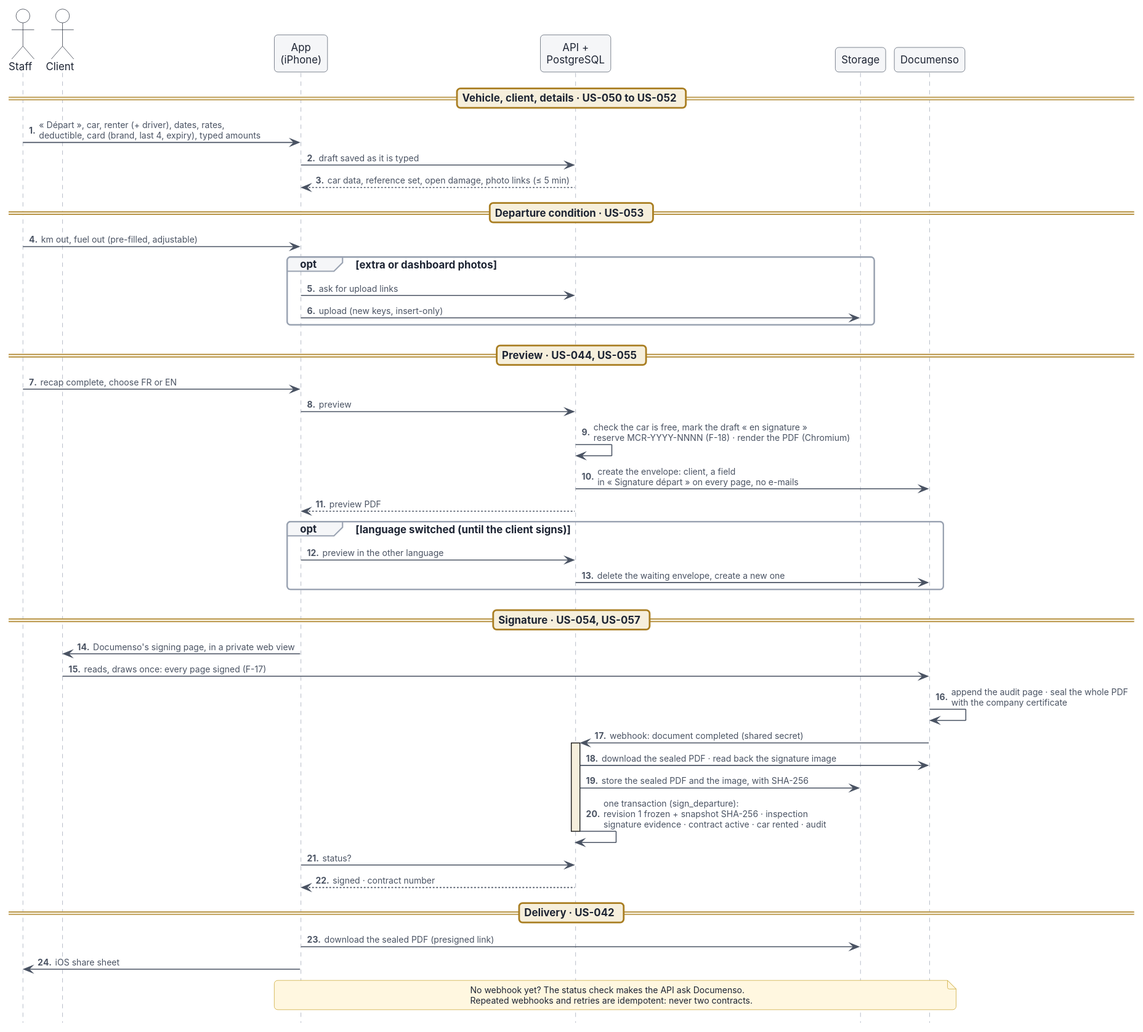
Earlier version of the PlantUML export docs/architecture/svg/11-sequence-depart.svg (ColJurten/mccarriviera-staff-app). Its diagram source:
```plantuml
@startuml
!include style.iuml
hide footbox
autonumber "<b>0."

actor "Staff" as staff
actor "Client" as client
participant "App\n(iPhone)" as app
participant "API +\nPostgreSQL" as api
participant "Storage" as st
participant "Documenso" as doc

== Vehicle, client, details · US-050 to US-052 ==
staff -> app : « Départ », car, renter (+ driver), dates, rates,\ndeductible, card (brand, last 4, expiry), typed amounts
app -> api : draft saved as it is typed
api --> app : car data, reference set, open damage, photo links (≤ 5 min)

== Departure condition · US-053 ==
staff -> app : km out, fuel out (pre-filled, adjustable)
opt extra or dashboard photos
  app -> api : ask for upload links
  app -> st : upload (new keys, insert-only)
end

== Preview · US-044, US-055 ==
staff -> app : recap complete, choose FR or EN
app -> api : preview
api -> api : check the car is free, mark the draft « en signature »\nreserve MCR-YYYY-NNNN (F-18) · render the PDF (Chromium)
api -> doc : create the envelope: client, a field\nin « Signature départ » on every page, no e-mails
api --> app : preview PDF
opt language switched (until the client signs)
  app -> api : preview in the other language
  api -> doc : delete the waiting envelope, create a new one
end

== Signature · US-054, US-057 ==
app -> client : Documenso's signing page, in a private web view
client -> doc : reads, draws once: every page signed (F-17)
doc -> doc : append the audit page · seal the whole PDF\nwith the company certificate
doc -> api : webhook: document completed (shared secret)
activate api #F6EFDC
api -> doc : download the sealed PDF · read back the signature image
api -> st : store the sealed PDF and the image, with SHA-256
api -> api : one transaction (sign_departure):\nrevision 1 frozen + snapshot SHA-256 · inspection\nsignature evidence · contract active · car rented · audit
deactivate api
app -> api : status?
api --> app : signed · contract number

== Delivery · US-042 ==
app -> st : download the sealed PDF (presigned link)
app -> staff : iOS share sheet
note over app, doc : No webhook yet? The status check makes the API ask Documenso.\nRepeated webhooks and retries are idempotent: never two contracts.
@enduml
```
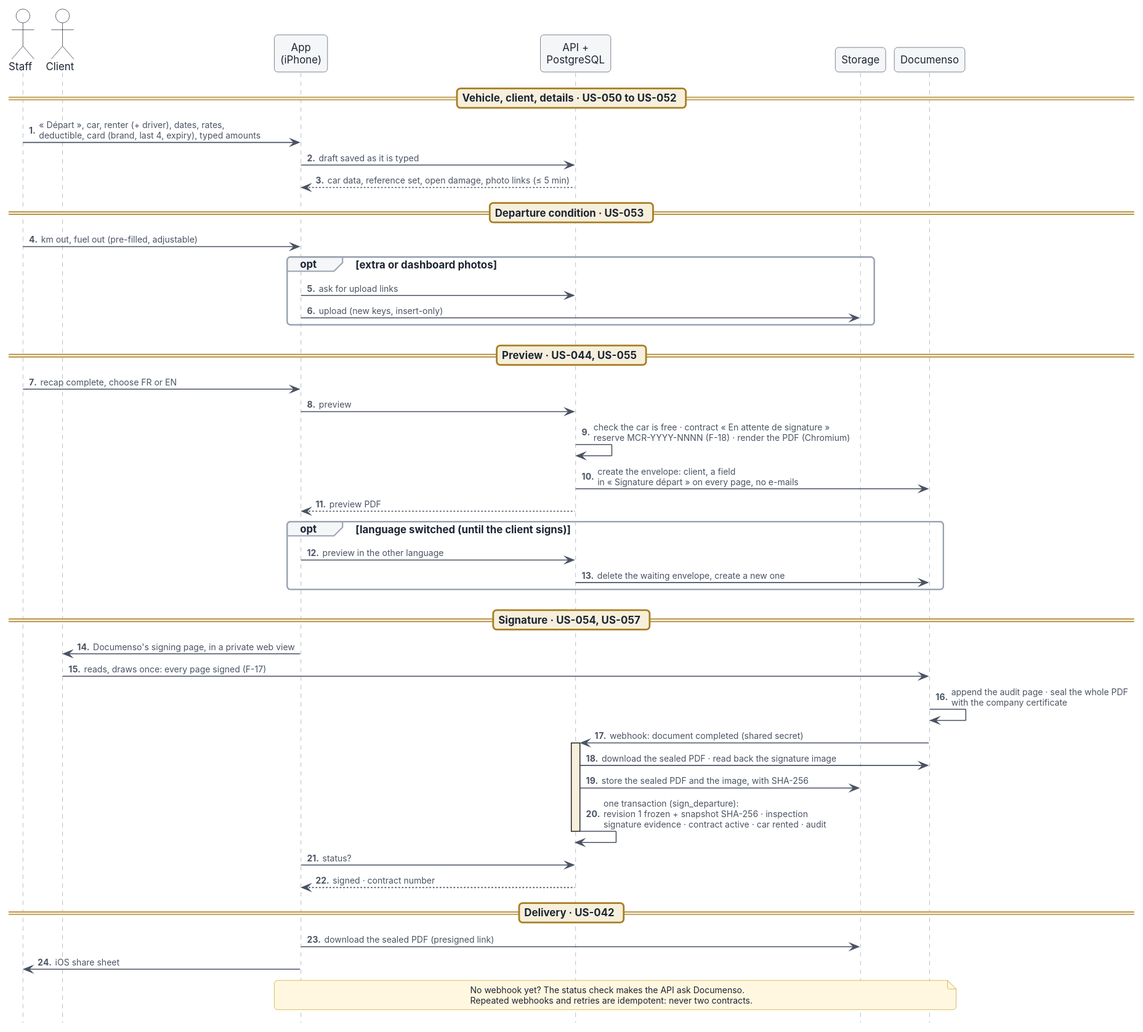
Above is the later version.

Change to the diagram source:
```diff
@@ -25,7 +25,7 @@
 == Preview · US-044, US-055 ==
 staff -> app : recap complete, choose FR or EN
 app -> api : preview
-api -> api : check the car is free, mark the draft « en signature »\nreserve MCR-YYYY-NNNN (F-18) · render the PDF (Chromium)
+api -> api : check the car is free · contract « En attente de signature »\nreserve MCR-YYYY-NNNN (F-18) · render the PDF (Chromium)
 api -> doc : create the envelope: client, a field\nin « Signature départ » on every page, no e-mails
 api --> app : preview PDF
 opt language switched (until the client signs)
```
